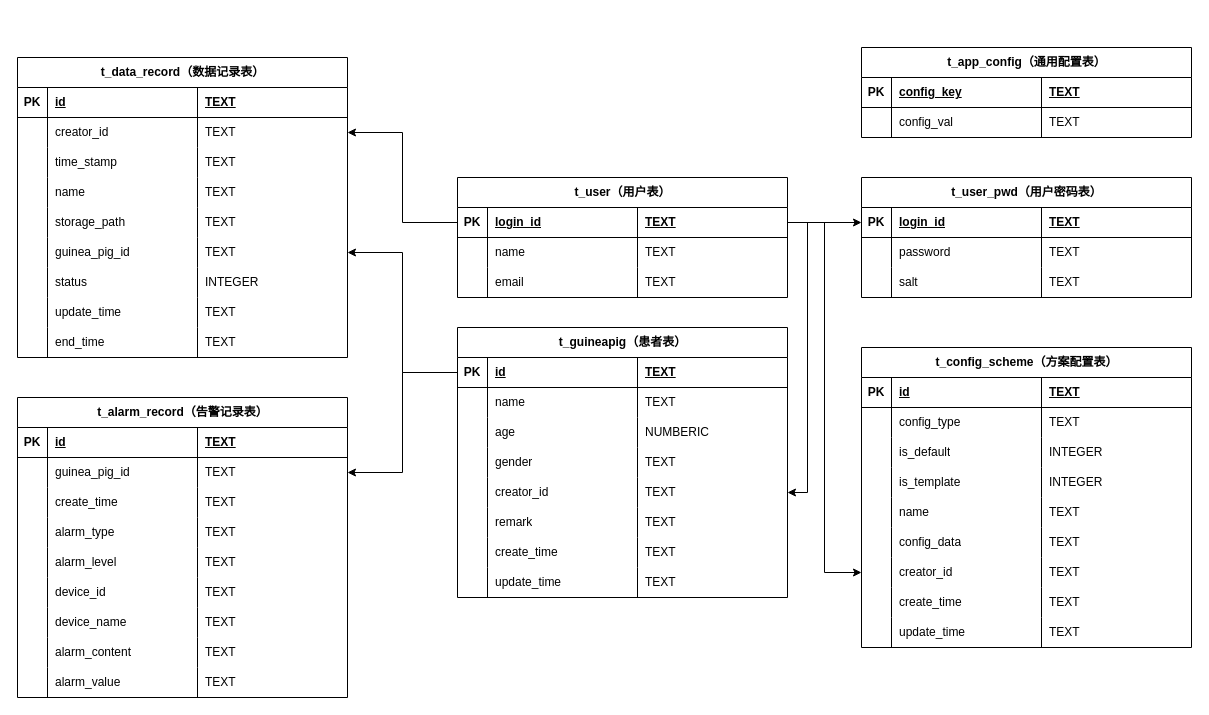
Above: 详细设计-后端-数据库-详细设计.drawio in yz360307/draw (draw.io), before the change. Source tidied: cells renumbered, new cells numbered last; positions are measured from the earlier drawing's top-left corner, leaving out a move shared by most shapes. Both pictures are drawn from the tidied source at 100%, with x=0, y=0 at pixel (17, 47).
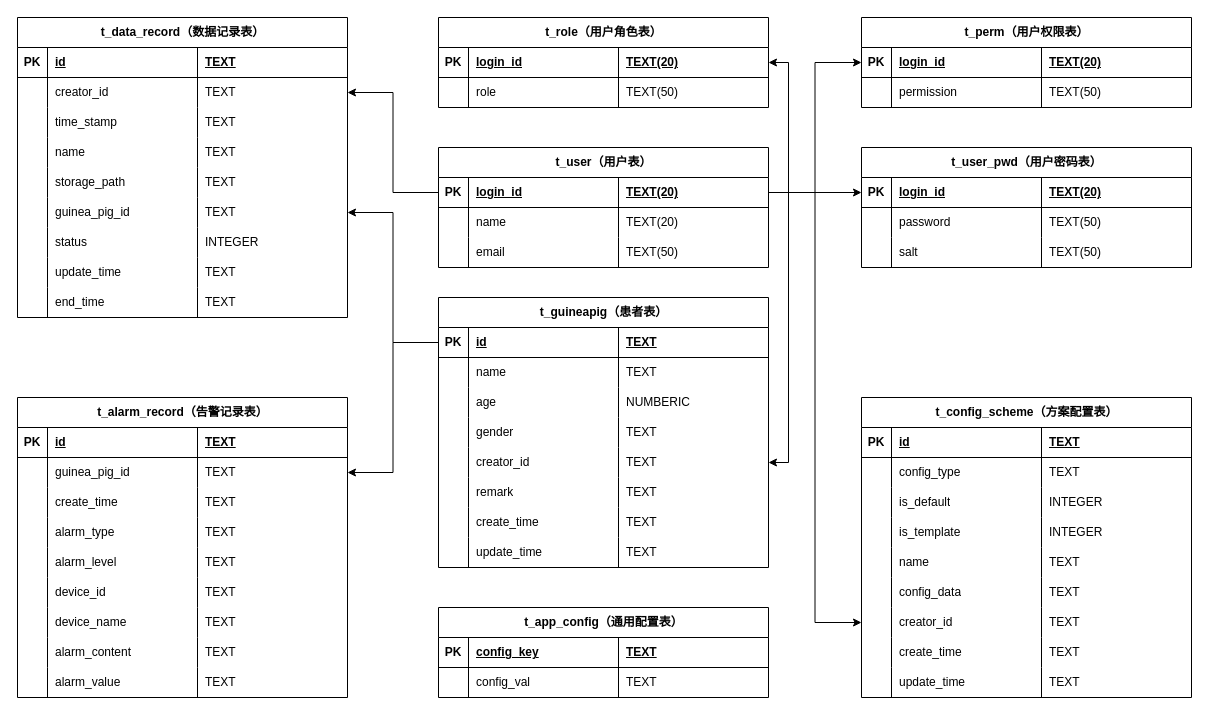
Above is the later version.

Commit message (it also covers changes not shown here):
更新详细设计-后端-数据库-详细设计.drawio

The change refers to these unchanged cells:
```xml
<mxCell id="3" style="shape=tableRow;horizontal=0;startSize=0;swimlaneHead=0;swimlaneBody=0;fillColor=none;points=[[0,0.5],[1,0.5]];portConstraint=eastwest;top=0;left=0;right=0;bottom=1;" parent="2" vertex="1">
  <mxGeometry y="30" width="330" height="30" as="geometry" />
</mxCell>
<mxCell id="7" style="shape=tableRow;horizontal=0;startSize=0;swimlaneHead=0;swimlaneBody=0;fillColor=none;top=0;left=0;right=0;bottom=0;" parent="2" vertex="1">
  <mxGeometry y="60" width="330" height="30" as="geometry" />
</mxCell>
<mxCell id="11" style="shape=tableRow;horizontal=0;startSize=0;swimlaneHead=0;swimlaneBody=0;fillColor=none;top=0;left=0;right=0;bottom=0;" parent="2" vertex="1">
  <mxGeometry y="90" width="330" height="30" as="geometry" />
</mxCell>
<mxCell id="16" style="shape=tableRow;horizontal=0;startSize=0;swimlaneHead=0;swimlaneBody=0;fillColor=none;points=[[0,0.5],[1,0.5]];portConstraint=eastwest;top=0;left=0;right=0;bottom=1;" parent="15" vertex="1">
  <mxGeometry y="30" width="330" height="30" as="geometry" />
</mxCell>
<mxCell id="20" style="shape=tableRow;horizontal=0;startSize=0;swimlaneHead=0;swimlaneBody=0;fillColor=none;top=0;left=0;right=0;bottom=0;" parent="15" vertex="1">
  <mxGeometry y="60" width="330" height="30" as="geometry" />
</mxCell>
<mxCell id="24" style="shape=tableRow;horizontal=0;startSize=0;swimlaneHead=0;swimlaneBody=0;fillColor=none;top=0;left=0;right=0;bottom=0;" parent="15" vertex="1">
  <mxGeometry y="90" width="330" height="30" as="geometry" />
</mxCell>
<mxCell id="46" style="shape=tableRow;horizontal=0;startSize=0;swimlaneHead=0;swimlaneBody=0;fillColor=none;points=[[0,0.5],[1,0.5]];portConstraint=eastwest;top=0;left=0;right=0;bottom=0;" parent="29" vertex="1">
  <mxGeometry y="150" width="330" height="30" as="geometry" />
</mxCell>
```

What changed in the source:
```diff
@@
     <mxCell id="2" value="t_user（用户表）" style="shape=table;startSize=30;childLayout=tableLayout;rowLines=0;fontStyle=1;align=center;html=1;" parent="1" vertex="1">
-      <mxGeometry x="440" y="130" width="330" height="120" as="geometry" />
+      <mxGeometry x="421" y="100" width="330" height="120" as="geometry" />
     </mxCell>
@@
-    <mxCell id="6" value="TEXT" style="shape=partialRectangle;fillColor=none;top=0;left=0;bottom=0;right=0;align=left;spacingLeft=6;fontStyle=5;overflow=hidden;whiteSpace=wrap;html=1;" parent="3" vertex="1">
+    <mxCell id="6" value="TEXT(20)" style="shape=partialRectangle;fillColor=none;top=0;left=0;bottom=0;right=0;align=left;spacingLeft=6;fontStyle=5;overflow=hidden;whiteSpace=wrap;html=1;" parent="3" vertex="1">
       <mxGeometry x="180" width="150" height="30" as="geometry" />
     </mxCell>
@@
-    <mxCell id="10" value="TEXT" style="shape=partialRectangle;fillColor=none;top=0;left=0;bottom=0;right=0;align=left;spacingLeft=6;overflow=hidden;whiteSpace=wrap;html=1;" parent="7" vertex="1">
+    <mxCell id="10" value="TEXT(20)" style="shape=partialRectangle;fillColor=none;top=0;left=0;bottom=0;right=0;align=left;spacingLeft=6;overflow=hidden;whiteSpace=wrap;html=1;" parent="7" vertex="1">
       <mxGeometry x="180" width="150" height="30" as="geometry" />
     </mxCell>
@@
-    <mxCell id="14" value="TEXT" style="shape=partialRectangle;fillColor=none;top=0;left=0;bottom=0;right=0;align=left;spacingLeft=6;overflow=hidden;whiteSpace=wrap;html=1;" parent="11" vertex="1">
+    <mxCell id="14" value="TEXT(50)" style="shape=partialRectangle;fillColor=none;top=0;left=0;bottom=0;right=0;align=left;spacingLeft=6;overflow=hidden;whiteSpace=wrap;html=1;" parent="11" vertex="1">
       <mxGeometry x="180" width="150" height="30" as="geometry" />
     </mxCell>
     <mxCell id="15" value="t_user_pwd（用户密码表）" style="shape=table;startSize=30;childLayout=tableLayout;rowLines=0;fontStyle=1;align=center;html=1;" parent="1" vertex="1">
-      <mxGeometry x="844" y="130" width="330" height="120" as="geometry" />
+      <mxGeometry x="844" y="100" width="330" height="120" as="geometry" />
     </mxCell>
@@
-    <mxCell id="19" value="TEXT" style="shape=partialRectangle;fillColor=none;top=0;left=0;bottom=0;right=0;align=left;spacingLeft=6;fontStyle=5;overflow=hidden;whiteSpace=wrap;html=1;" parent="16" vertex="1">
+    <mxCell id="19" value="TEXT(20)" style="shape=partialRectangle;fillColor=none;top=0;left=0;bottom=0;right=0;align=left;spacingLeft=6;fontStyle=5;overflow=hidden;whiteSpace=wrap;html=1;" parent="16" vertex="1">
       <mxGeometry x="180" width="150" height="30" as="geometry" />
     </mxCell>
@@
-    <mxCell id="23" value="TEXT" style="shape=partialRectangle;fillColor=none;top=0;left=0;bottom=0;right=0;align=left;spacingLeft=6;overflow=hidden;whiteSpace=wrap;html=1;" parent="20" vertex="1">
+    <mxCell id="23" value="TEXT(50)" style="shape=partialRectangle;fillColor=none;top=0;left=0;bottom=0;right=0;align=left;spacingLeft=6;overflow=hidden;whiteSpace=wrap;html=1;" parent="20" vertex="1">
       <mxGeometry x="180" width="150" height="30" as="geometry" />
     </mxCell>
@@
-    <mxCell id="27" value="TEXT" style="shape=partialRectangle;fillColor=none;top=0;left=0;bottom=0;right=0;align=left;spacingLeft=6;overflow=hidden;whiteSpace=wrap;html=1;" parent="24" vertex="1">
+    <mxCell id="27" value="TEXT(50)" style="shape=partialRectangle;fillColor=none;top=0;left=0;bottom=0;right=0;align=left;spacingLeft=6;overflow=hidden;whiteSpace=wrap;html=1;" parent="24" vertex="1">
       <mxGeometry x="180" width="150" height="30" as="geometry" />
     </mxCell>
@@
     <mxCell id="29" value="t_guineapig（患者表）" style="shape=table;startSize=30;childLayout=tableLayout;rowLines=0;fontStyle=1;align=center;html=1;" parent="1" vertex="1">
-      <mxGeometry x="440" y="280" width="330" height="270" as="geometry" />
+      <mxGeometry x="421" y="250" width="330" height="270" as="geometry" />
     </mxCell>
@@
-    <mxCell id="62" style="edgeStyle=orthogonalEdgeStyle;rounded=0;jettySize=auto;html=1;entryX=1;entryY=0.5;entryDx=0;entryDy=0;exitX=1;exitY=0.5;exitDx=0;exitDy=0;" parent="1" edge="1" source="3" target="46">
-      <mxGeometry relative="1" as="geometry">
-        <Array as="points">
-          <mxPoint x="790" y="175" />
-          <mxPoint x="790" y="445" />
-        </Array>
-      </mxGeometry>
-    </mxCell>
     <mxCell id="63" value="t_data_record（数据记录表）" style="shape=table;startSize=30;childLayout=tableLayout;rowLines=0;fontStyle=1;align=center;html=1;" parent="1" vertex="1">
-      <mxGeometry y="10" width="330" height="300" as="geometry" />
+      <mxGeometry y="-30" width="330" height="300" as="geometry" />
     </mxCell>
@@
     <mxCell id="101" value="t_config_scheme（方案配置表）" style="shape=table;startSize=30;childLayout=tableLayout;rowLines=0;fontStyle=1;align=center;html=1;" parent="1" vertex="1">
-      <mxGeometry x="844" y="300" width="330" height="300" as="geometry" />
+      <mxGeometry x="844" y="350" width="330" height="300" as="geometry" />
     </mxCell>
@@
     <mxCell id="138" value="t_app_config（通用配置表）" style="shape=table;startSize=30;childLayout=tableLayout;rowLines=0;fontStyle=1;align=center;html=1;" parent="1" vertex="1">
-      <mxGeometry x="844" width="330" height="90" as="geometry" />
+      <mxGeometry x="421" y="560" width="330" height="90" as="geometry" />
     </mxCell>
@@
+    <mxCell id="187" value="t_role（用户角色表）" style="shape=table;startSize=30;childLayout=tableLayout;rowLines=0;fontStyle=1;align=center;html=1;" parent="1" vertex="1">
+      <mxGeometry x="421" y="-30" width="330" height="90" as="geometry" />
+    </mxCell>
+    <mxCell id="188" style="shape=tableRow;horizontal=0;startSize=0;swimlaneHead=0;swimlaneBody=0;fillColor=none;top=0;left=0;right=0;bottom=1;" parent="187" vertex="1">
+      <mxGeometry y="30" width="330" height="30" as="geometry" />
+    </mxCell>
+    <mxCell id="189" value="PK" style="shape=partialRectangle;fillColor=none;top=0;left=0;bottom=0;right=0;fontStyle=1;overflow=hidden;whiteSpace=wrap;html=1;" parent="188" vertex="1">
+      <mxGeometry width="30" height="30" as="geometry" />
+    </mxCell>
+    <mxCell id="190" value="login_id" style="shape=partialRectangle;fillColor=none;top=0;left=0;bottom=0;right=0;align=left;spacingLeft=6;fontStyle=5;overflow=hidden;whiteSpace=wrap;html=1;" parent="188" vertex="1">
+      <mxGeometry x="30" width="150" height="30" as="geometry" />
+    </mxCell>
+    <mxCell id="191" value="TEXT(20)" style="shape=partialRectangle;fillColor=none;top=0;left=0;bottom=0;right=0;align=left;spacingLeft=6;fontStyle=5;overflow=hidden;whiteSpace=wrap;html=1;" parent="188" vertex="1">
+      <mxGeometry x="180" width="150" height="30" as="geometry" />
+    </mxCell>
+    <mxCell id="192" style="shape=tableRow;horizontal=0;startSize=0;swimlaneHead=0;swimlaneBody=0;fillColor=none;top=0;left=0;right=0;bottom=0;" parent="187" vertex="1">
+      <mxGeometry y="60" width="330" height="30" as="geometry" />
+    </mxCell>
+    <mxCell id="193" style="shape=partialRectangle;fillColor=none;top=0;left=0;bottom=0;right=0;overflow=hidden;whiteSpace=wrap;html=1;" parent="192" vertex="1">
+      <mxGeometry width="30" height="30" as="geometry" />
+    </mxCell>
+    <mxCell id="194" value="role" style="shape=partialRectangle;fillColor=none;top=0;left=0;bottom=0;right=0;align=left;spacingLeft=6;overflow=hidden;whiteSpace=wrap;html=1;" parent="192" vertex="1">
+      <mxGeometry x="30" width="150" height="30" as="geometry" />
+    </mxCell>
+    <mxCell id="195" value="TEXT(50)" style="shape=partialRectangle;fillColor=none;top=0;left=0;bottom=0;right=0;align=left;spacingLeft=6;overflow=hidden;whiteSpace=wrap;html=1;" parent="192" vertex="1">
+      <mxGeometry x="180" width="150" height="30" as="geometry" />
+    </mxCell>
+    <mxCell id="196" value="t_perm（用户权限表）" style="shape=table;startSize=30;childLayout=tableLayout;rowLines=0;fontStyle=1;align=center;html=1;" parent="1" vertex="1">
+      <mxGeometry x="844" y="-30" width="330" height="90" as="geometry" />
+    </mxCell>
+    <mxCell id="197" style="shape=tableRow;horizontal=0;startSize=0;swimlaneHead=0;swimlaneBody=0;fillColor=none;points=[[0,0.5],[1,0.5]];portConstraint=eastwest;top=0;left=0;right=0;bottom=1;" parent="196" vertex="1">
+      <mxGeometry y="30" width="330" height="30" as="geometry" />
+    </mxCell>
+    <mxCell id="198" value="PK" style="shape=partialRectangle;fillColor=none;top=0;left=0;bottom=0;right=0;fontStyle=1;overflow=hidden;whiteSpace=wrap;html=1;" parent="197" vertex="1">
+      <mxGeometry width="30" height="30" as="geometry" />
+    </mxCell>
+    <mxCell id="199" value="login_id" style="shape=partialRectangle;fillColor=none;top=0;left=0;bottom=0;right=0;align=left;spacingLeft=6;fontStyle=5;overflow=hidden;whiteSpace=wrap;html=1;" parent="197" vertex="1">
+      <mxGeometry x="30" width="150" height="30" as="geometry" />
+    </mxCell>
+    <mxCell id="200" value="TEXT(20)" style="shape=partialRectangle;fillColor=none;top=0;left=0;bottom=0;right=0;align=left;spacingLeft=6;fontStyle=5;overflow=hidden;whiteSpace=wrap;html=1;" parent="197" vertex="1">
+      <mxGeometry x="180" width="150" height="30" as="geometry" />
+    </mxCell>
+    <mxCell id="201" style="shape=tableRow;horizontal=0;startSize=0;swimlaneHead=0;swimlaneBody=0;fillColor=none;top=0;left=0;right=0;bottom=0;" parent="196" vertex="1">
+      <mxGeometry y="60" width="330" height="30" as="geometry" />
+    </mxCell>
+    <mxCell id="202" style="shape=partialRectangle;fillColor=none;top=0;left=0;bottom=0;right=0;overflow=hidden;whiteSpace=wrap;html=1;" parent="201" vertex="1">
+      <mxGeometry width="30" height="30" as="geometry" />
+    </mxCell>
+    <mxCell id="203" value="permission" style="shape=partialRectangle;fillColor=none;top=0;left=0;bottom=0;right=0;align=left;spacingLeft=6;overflow=hidden;whiteSpace=wrap;html=1;" parent="201" vertex="1">
+      <mxGeometry x="30" width="150" height="30" as="geometry" />
+    </mxCell>
+    <mxCell id="204" value="TEXT(50)" style="shape=partialRectangle;fillColor=none;top=0;left=0;bottom=0;right=0;align=left;spacingLeft=6;overflow=hidden;whiteSpace=wrap;html=1;" parent="201" vertex="1">
+      <mxGeometry x="180" width="150" height="30" as="geometry" />
+    </mxCell>
+    <mxCell id="205" style="edgeStyle=orthogonalEdgeStyle;rounded=0;jettySize=auto;html=1;entryX=1;entryY=0.5;entryDx=0;entryDy=0;exitX=1;exitY=0.5;exitDx=0;exitDy=0;" parent="1" edge="1" source="3" target="187">
+      <mxGeometry relative="1" as="geometry" />
+    </mxCell>
+    <mxCell id="206" style="edgeStyle=orthogonalEdgeStyle;rounded=0;jettySize=auto;html=1;entryX=0;entryY=0.5;entryDx=0;entryDy=0;" parent="1" edge="1" source="3" target="197">
+      <mxGeometry relative="1" as="geometry" />
+    </mxCell>
+    <mxCell id="62" style="edgeStyle=orthogonalEdgeStyle;rounded=0;jettySize=auto;html=1;exitX=1;exitY=0.5;exitDx=0;exitDy=0;" parent="1" edge="1" source="3" target="46">
+      <mxGeometry relative="1" as="geometry" />
+    </mxCell>
```
